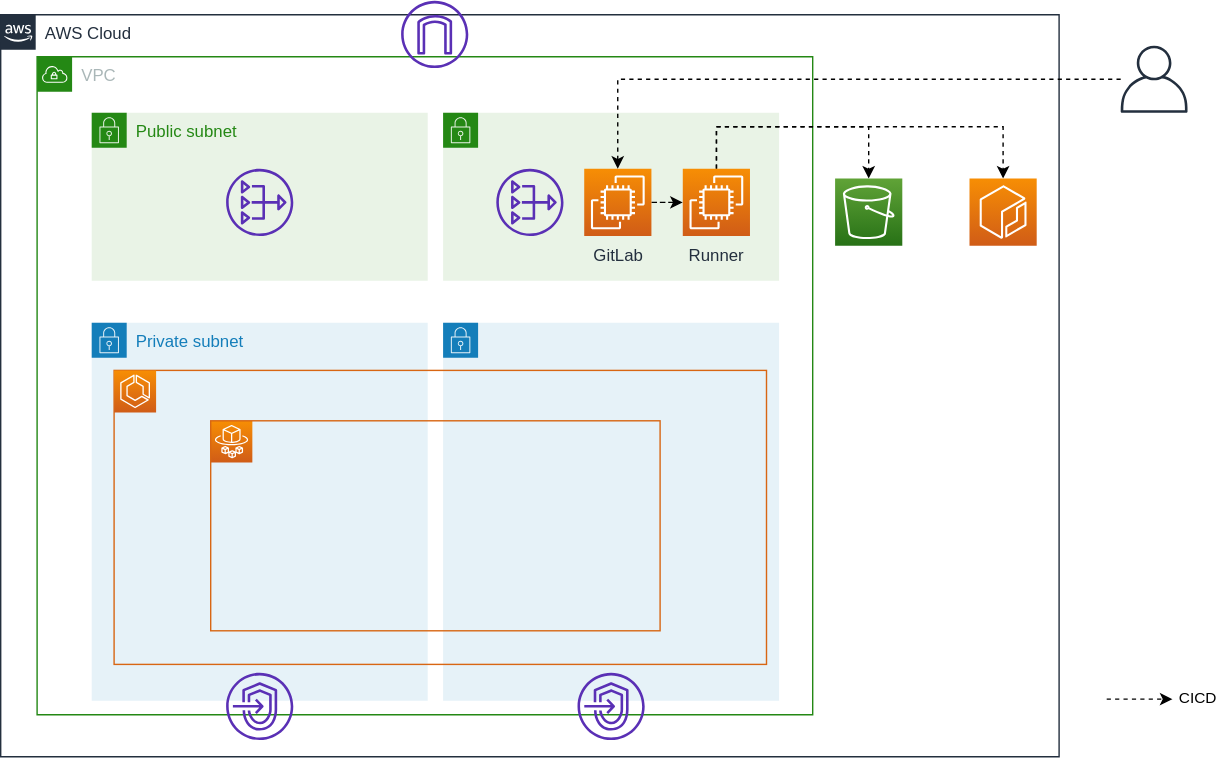
Above: documents/images/use-gitpush.svg in moriryota62/ecs-cicd (draw.io), before the change. Source tidied: cells renumbered, new cells last; positions are measured from the earlier drawing's top-left corner, leaving out a move shared by most shapes.
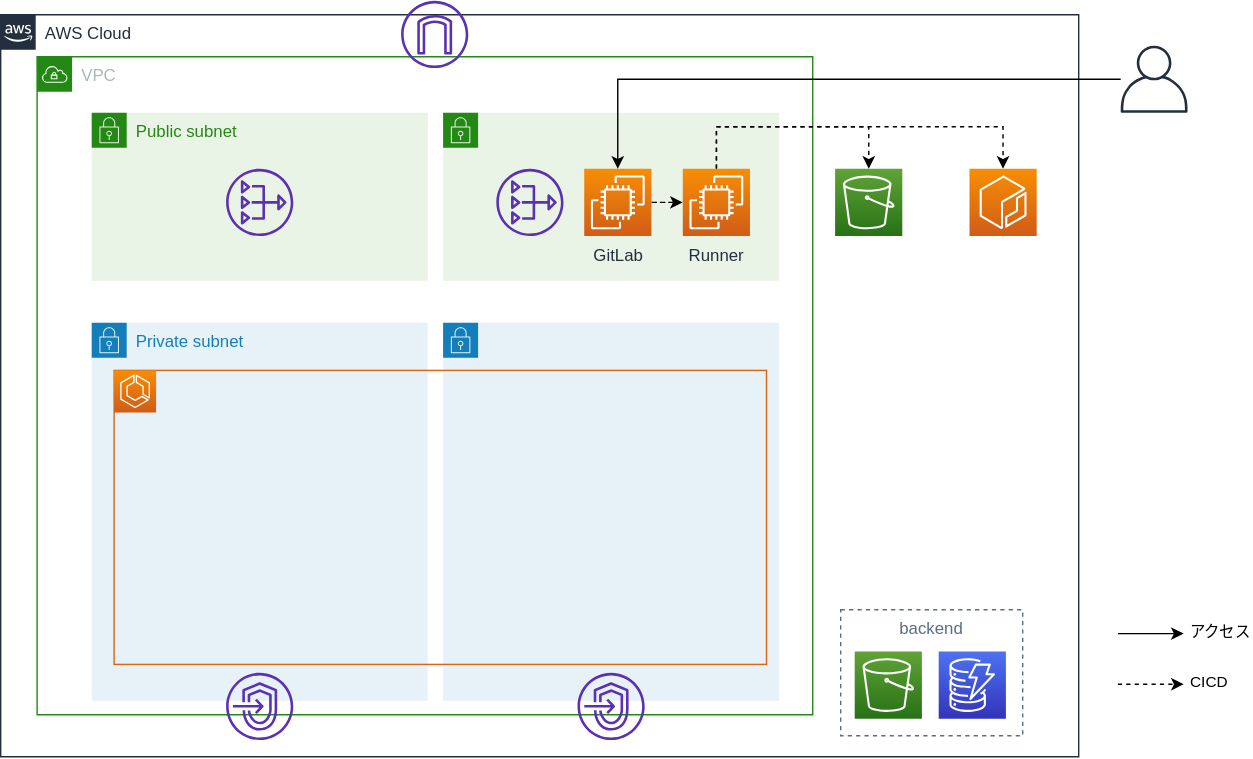
After the change.

Change to the diagram source:
```diff
@@ -3,7 +3,7 @@
     <mxCell id="0" />
     <mxCell id="1" parent="0" />
     <mxCell id="2" value="AWS Cloud" style="gradientColor=none;html=1;whiteSpace=wrap;fontSize=12;fontStyle=0;shape=mxgraph.aws4.group;grIcon=mxgraph.aws4.group_aws_cloud_alt;strokeColor=#232F3E;fillColor=none;verticalAlign=top;align=left;spacingLeft=30;fontColor=#232F3E;dashed=0;" parent="1" vertex="1">
-      <mxGeometry y="10" width="756" height="530" as="geometry" />
+      <mxGeometry y="10" width="770" height="530" as="geometry" />
     </mxCell>
     <mxCell id="3" value="VPC" style="gradientColor=none;html=1;whiteSpace=wrap;fontSize=12;fontStyle=0;shape=mxgraph.aws4.group;grIcon=mxgraph.aws4.group_vpc;strokeColor=#248814;fillColor=none;verticalAlign=top;align=left;spacingLeft=30;fontColor=#AAB7B8;dashed=0;" parent="1" vertex="1">
       <mxGeometry x="26" y="40" width="554" height="470" as="geometry" />
@@ -43,15 +43,15 @@
       <mxGeometry x="286" width="48" height="48" as="geometry" />
     </mxCell>
     <mxCell id="12" style="outlineConnect=0;fontColor=#232F3E;gradientColor=#60A337;gradientDirection=north;fillColor=#277116;strokeColor=#ffffff;dashed=0;verticalLabelPosition=bottom;verticalAlign=top;align=center;html=1;fontSize=12;fontStyle=0;shape=mxgraph.aws4.resourceIcon;resIcon=mxgraph.aws4.s3;" parent="1" vertex="1">
-      <mxGeometry x="596" y="127" width="48" height="48" as="geometry" />
+      <mxGeometry x="596" y="120" width="48" height="48" as="geometry" />
     </mxCell>
     <mxCell id="13" style="outlineConnect=0;fontColor=#232F3E;gradientColor=#F78E04;gradientDirection=north;fillColor=#D05C17;strokeColor=#ffffff;dashed=0;verticalLabelPosition=bottom;verticalAlign=top;align=center;html=1;fontSize=12;fontStyle=0;shape=mxgraph.aws4.resourceIcon;resIcon=mxgraph.aws4.ecr;flipV=0;" parent="1" vertex="1">
-      <mxGeometry x="692" y="127" width="48" height="48" as="geometry" />
+      <mxGeometry x="692" y="120" width="48" height="48" as="geometry" />
     </mxCell>
     <mxCell id="14" style="endArrow=classic;html=1;dashed=1;" parent="1" edge="1">
       <mxGeometry relative="1" as="geometry">
-        <mxPoint x="790" y="498.8" as="sourcePoint" />
-        <mxPoint x="837" y="498.8" as="targetPoint" />
+        <mxPoint x="798" y="488.2" as="sourcePoint" />
+        <mxPoint x="845" y="488.2" as="targetPoint" />
       </mxGeometry>
     </mxCell>
     <mxCell id="15" value="CICD" style="edgeLabel;html=1;align=left;verticalAlign=middle;labelPosition=right;verticalLabelPosition=middle;" parent="14" vertex="1">
@@ -59,26 +59,34 @@
         <mxPoint x="17.1" as="offset" />
       </mxGeometry>
     </mxCell>
-    <mxCell id="16" value="Private subnet" style="gradientColor=none;html=1;whiteSpace=wrap;fontSize=12;fontStyle=0;shape=mxgraph.aws4.group;grIcon=mxgraph.aws4.group_security_group;grStroke=0;strokeColor=#147EBA;fillColor=#E6F2F8;verticalAlign=top;align=left;spacingLeft=30;fontColor=#147EBA;dashed=0;" parent="1" vertex="1">
-      <mxGeometry x="65" y="230" width="240" height="270" as="geometry" />
+    <mxCell id="16" style="endArrow=classic;html=1;" parent="1" edge="1">
+      <mxGeometry relative="1" as="geometry">
+        <mxPoint x="798" y="452" as="sourcePoint" />
+        <mxPoint x="845" y="452" as="targetPoint" />
+      </mxGeometry>
     </mxCell>
-    <mxCell id="17" style="gradientColor=none;html=1;whiteSpace=wrap;fontSize=12;fontStyle=0;shape=mxgraph.aws4.group;grIcon=mxgraph.aws4.group_security_group;grStroke=0;strokeColor=#147EBA;fillColor=#E6F2F8;verticalAlign=top;align=left;spacingLeft=30;fontColor=#147EBA;dashed=0;" parent="1" vertex="1">
-      <mxGeometry x="316" y="230" width="240" height="270" as="geometry" />
+    <mxCell id="17" value="アクセス" style="edgeLabel;html=1;align=left;verticalAlign=middle;labelPosition=right;verticalLabelPosition=middle;" parent="16" vertex="1">
+      <mxGeometry x="0.42" y="2" relative="1" as="geometry">
+        <mxPoint x="17.1" as="offset" />
+      </mxGeometry>
     </mxCell>
-    <mxCell id="18" style="rounded=0;whiteSpace=wrap;html=1;strokeColor=#D86613;fillColor=none;" parent="1" vertex="1">
-      <mxGeometry x="81" y="264" width="466" height="210" as="geometry" />
+    <mxCell id="18" value="Private subnet" style="gradientColor=none;html=1;whiteSpace=wrap;fontSize=12;fontStyle=0;shape=mxgraph.aws4.group;grIcon=mxgraph.aws4.group_security_group;grStroke=0;strokeColor=#147EBA;fillColor=#E6F2F8;verticalAlign=top;align=left;spacingLeft=30;fontColor=#147EBA;dashed=0;" parent="1" vertex="1">
+      <mxGeometry x="65" y="230" width="240" height="270" as="geometry" />
     </mxCell>
-    <mxCell id="19" style="fontColor=#232F3E;gradientColor=#F78E04;gradientDirection=north;fillColor=#D05C17;strokeColor=#ffffff;dashed=0;verticalLabelPosition=bottom;verticalAlign=top;align=center;html=1;fontSize=12;fontStyle=0;shape=mxgraph.aws4.resourceIcon;resIcon=mxgraph.aws4.ecs;" parent="1" vertex="1">
-      <mxGeometry x="81" y="264" width="30" height="30" as="geometry" />
+    <mxCell id="19" style="gradientColor=none;html=1;whiteSpace=wrap;fontSize=12;fontStyle=0;shape=mxgraph.aws4.group;grIcon=mxgraph.aws4.group_security_group;grStroke=0;strokeColor=#147EBA;fillColor=#E6F2F8;verticalAlign=top;align=left;spacingLeft=30;fontColor=#147EBA;dashed=0;" parent="1" vertex="1">
+      <mxGeometry x="316" y="230" width="240" height="270" as="geometry" />
     </mxCell>
-    <mxCell id="20" style="fontColor=#232F3E;gradientColor=#F78E04;gradientDirection=north;fillColor=#D05C17;strokeColor=#ffffff;dashed=0;verticalLabelPosition=bottom;verticalAlign=top;align=center;html=1;fontSize=12;fontStyle=0;shape=mxgraph.aws4.resourceIcon;resIcon=mxgraph.aws4.fargate;" parent="1" vertex="1">
-      <mxGeometry x="150" y="300" width="29.8" height="29.8" as="geometry" />
+    <mxCell id="20" style="rounded=0;whiteSpace=wrap;html=1;strokeColor=#D86613;fillColor=none;" parent="1" vertex="1">
+      <mxGeometry x="81" y="264" width="466" height="210" as="geometry" />
     </mxCell>
-    <mxCell id="21" style="rounded=0;whiteSpace=wrap;html=1;strokeColor=#D86613;fillColor=none;" parent="1" vertex="1">
-      <mxGeometry x="150" y="300" width="321" height="150" as="geometry" />
+    <mxCell id="21" style="outlineConnect=0;fontColor=#232F3E;gradientColor=#F78E04;gradientDirection=north;fillColor=#D05C17;strokeColor=#ffffff;dashed=0;verticalLabelPosition=bottom;verticalAlign=top;align=center;html=1;fontSize=12;fontStyle=0;shape=mxgraph.aws4.resourceIcon;resIcon=mxgraph.aws4.ecs;" parent="1" vertex="1">
+      <mxGeometry x="81" y="264" width="30" height="30" as="geometry" />
     </mxCell>
-    <mxCell id="22" style="edgeStyle=orthogonalEdgeStyle;rounded=0;orthogonalLoop=1;jettySize=auto;html=1;exitX=0.5;exitY=1;exitDx=0;exitDy=0;" parent="1" edge="1" source="21" target="21">
-      <mxGeometry relative="1" as="geometry" />
+    <mxCell id="22" style="edgeStyle=orthogonalEdgeStyle;rounded=0;orthogonalLoop=1;jettySize=auto;html=1;exitX=0.5;exitY=1;exitDx=0;exitDy=0;" parent="1" edge="1">
+      <mxGeometry relative="1" as="geometry">
+        <mxPoint x="310.5" y="450" as="sourcePoint" />
+        <mxPoint x="310.5" y="450" as="targetPoint" />
+      </mxGeometry>
     </mxCell>
     <mxCell id="23" style="fontColor=#232F3E;gradientColor=none;fillColor=#5A30B5;strokeColor=none;dashed=0;verticalLabelPosition=bottom;verticalAlign=top;align=center;html=1;fontSize=12;fontStyle=0;shape=mxgraph.aws4.nat_gateway;" parent="1" vertex="1">
       <mxGeometry x="161" y="120" width="48" height="48" as="geometry" />
@@ -92,11 +100,23 @@
     <mxCell id="26" style="fontColor=#232F3E;gradientColor=none;fillColor=#5A30B5;strokeColor=none;dashed=0;verticalLabelPosition=bottom;verticalAlign=top;align=center;html=1;fontSize=12;fontStyle=0;shape=mxgraph.aws4.nat_gateway;" parent="1" vertex="1">
       <mxGeometry x="354" y="120" width="48" height="48" as="geometry" />
     </mxCell>
-    <mxCell id="27" style="edgeStyle=orthogonalEdgeStyle;rounded=0;jettySize=auto;html=1;dashed=1;" parent="1" edge="1" source="28" target="7">
+    <mxCell id="27" style="edgeStyle=orthogonalEdgeStyle;rounded=0;jettySize=auto;html=1;" parent="1" edge="1" source="28" target="7">
       <mxGeometry relative="1" as="geometry" />
     </mxCell>
     <mxCell id="28" style="outlineConnect=0;fontColor=#232F3E;gradientColor=none;fillColor=#232F3E;strokeColor=none;dashed=0;verticalLabelPosition=bottom;verticalAlign=top;align=center;html=1;fontSize=12;fontStyle=0;shape=mxgraph.aws4.user;" parent="1" vertex="1">
       <mxGeometry x="800" y="32" width="48" height="48" as="geometry" />
     </mxCell>
+    <mxCell id="29" style="group;" parent="1" vertex="1">
+      <mxGeometry x="600" y="435" width="130" height="90" as="geometry" />
+    </mxCell>
+    <mxCell id="30" style="fontColor=#232F3E;gradientColor=#4D72F3;gradientDirection=north;fillColor=#3334B9;strokeColor=#ffffff;dashed=0;verticalLabelPosition=bottom;verticalAlign=top;align=center;html=1;fontSize=12;fontStyle=0;shape=mxgraph.aws4.resourceIcon;resIcon=mxgraph.aws4.dynamodb;" parent="29" vertex="1">
+      <mxGeometry x="70" y="29.8" width="48" height="48" as="geometry" />
+    </mxCell>
+    <mxCell id="31" style="fontColor=#232F3E;gradientColor=#60A337;gradientDirection=north;fillColor=#277116;strokeColor=#ffffff;dashed=0;verticalLabelPosition=bottom;verticalAlign=top;align=center;html=1;fontSize=12;fontStyle=0;shape=mxgraph.aws4.resourceIcon;resIcon=mxgraph.aws4.s3;" parent="29" vertex="1">
+      <mxGeometry x="10" y="29.8" width="48" height="48" as="geometry" />
+    </mxCell>
+    <mxCell id="32" value="backend" style="fillColor=none;strokeColor=#5A6C86;dashed=1;verticalAlign=top;fontStyle=0;fontColor=#5A6C86;" parent="29" vertex="1">
+      <mxGeometry width="130" height="90" as="geometry" />
+    </mxCell>
   </root>
 </mxGraphModel>
```
